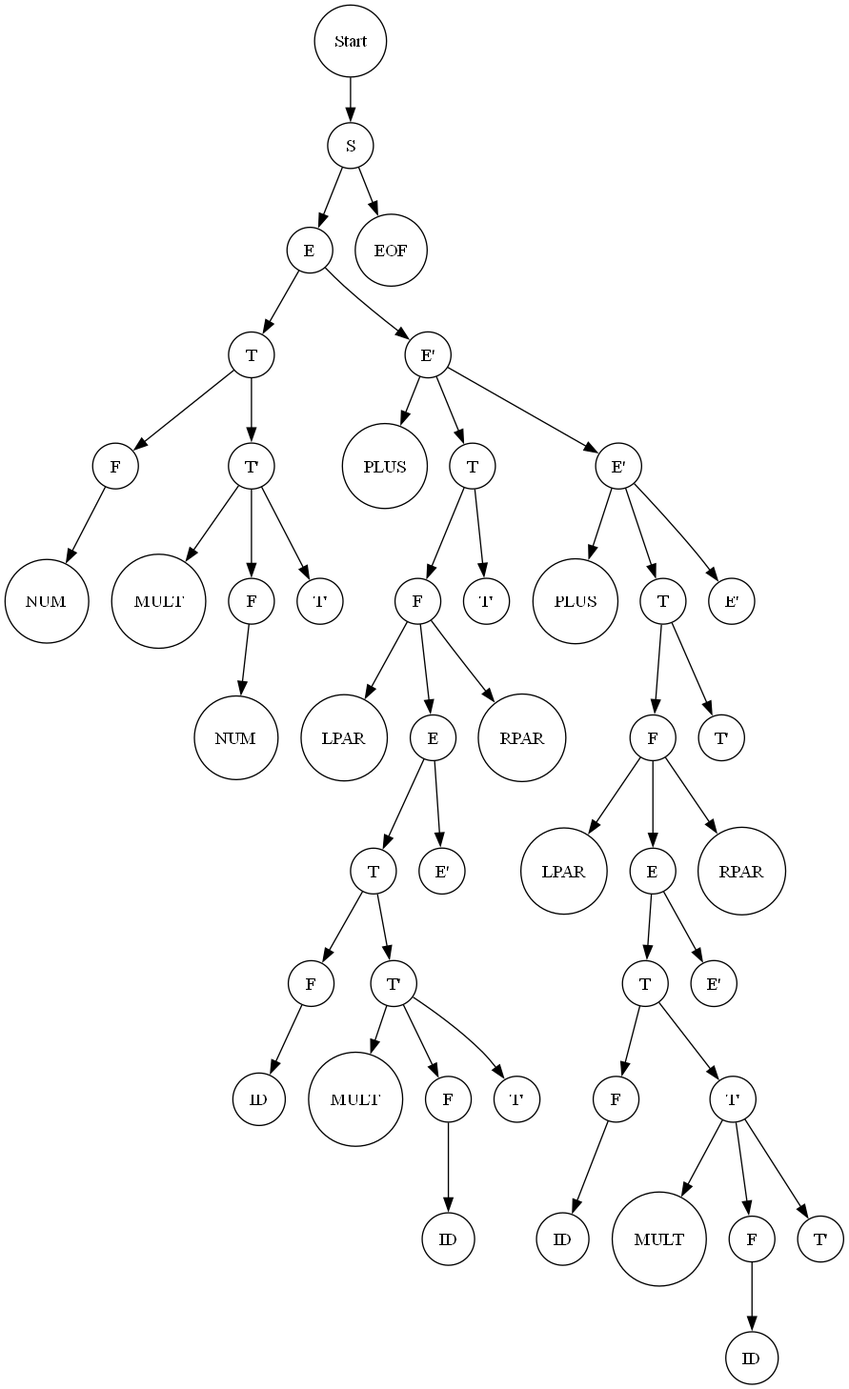
The Graphviz diagram tree.png in GH120/JS-Compiler, before a commit. Its source is kept beside it as tree.dot. The source it was exported from:
```dot
digraph G {
            rankdir=TB; // Tree-like top-bottom orientation
            node [shape=circle];
              node0 [label="Start"];
  node0_0 [label="S"];
  node0 -> node0_0;
  node0_0_0 [label="E"];
  node0_0 -> node0_0_0;
  node0_0_0_0 [label="T"];
  node0_0_0 -> node0_0_0_0;
  node0_0_0_0_0 [label="F"];
  node0_0_0_0 -> node0_0_0_0_0;
  node0_0_0_0_0_0 [label="NUM"];
  node0_0_0_0_0 -> node0_0_0_0_0_0;
  node0_0_0_0_1 [label="T'"];
  node0_0_0_0 -> node0_0_0_0_1;
  node0_0_0_0_1_0 [label="MULT"];
  node0_0_0_0_1 -> node0_0_0_0_1_0;
  node0_0_0_0_1_1 [label="F"];
  node0_0_0_0_1 -> node0_0_0_0_1_1;
  node0_0_0_0_1_1_0 [label="NUM"];
  node0_0_0_0_1_1 -> node0_0_0_0_1_1_0;
  node0_0_0_0_1_2 [label="T'"];
  node0_0_0_0_1 -> node0_0_0_0_1_2;
  node0_0_0_1 [label="E'"];
  node0_0_0 -> node0_0_0_1;
  node0_0_0_1_0 [label="PLUS"];
  node0_0_0_1 -> node0_0_0_1_0;
  node0_0_0_1_1 [label="T"];
  node0_0_0_1 -> node0_0_0_1_1;
  node0_0_0_1_1_0 [label="F"];
  node0_0_0_1_1 -> node0_0_0_1_1_0;
  node0_0_0_1_1_0_0 [label="LPAR"];
  node0_0_0_1_1_0 -> node0_0_0_1_1_0_0;
  node0_0_0_1_1_0_1 [label="E"];
  node0_0_0_1_1_0 -> node0_0_0_1_1_0_1;
  node0_0_0_1_1_0_1_0 [label="T"];
  node0_0_0_1_1_0_1 -> node0_0_0_1_1_0_1_0;
  node0_0_0_1_1_0_1_0_0 [label="F"];
  node0_0_0_1_1_0_1_0 -> node0_0_0_1_1_0_1_0_0;
  node0_0_0_1_1_0_1_0_0_0 [label="ID"];
  node0_0_0_1_1_0_1_0_0 -> node0_0_0_1_1_0_1_0_0_0;
  node0_0_0_1_1_0_1_0_1 [label="T'"];
  node0_0_0_1_1_0_1_0 -> node0_0_0_1_1_0_1_0_1;
  node0_0_0_1_1_0_1_0_1_0 [label="MULT"];
  node0_0_0_1_1_0_1_0_1 -> node0_0_0_1_1_0_1_0_1_0;
  node0_0_0_1_1_0_1_0_1_1 [label="F"];
  node0_0_0_1_1_0_1_0_1 -> node0_0_0_1_1_0_1_0_1_1;
  node0_0_0_1_1_0_1_0_1_1_0 [label="ID"];
  node0_0_0_1_1_0_1_0_1_1 -> node0_0_0_1_1_0_1_0_1_1_0;
  node0_0_0_1_1_0_1_0_1_2 [label="T'"];
  node0_0_0_1_1_0_1_0_1 -> node0_0_0_1_1_0_1_0_1_2;
  node0_0_0_1_1_0_1_1 [label="E'"];
  node0_0_0_1_1_0_1 -> node0_0_0_1_1_0_1_1;
  node0_0_0_1_1_0_2 [label="RPAR"];
  node0_0_0_1_1_0 -> node0_0_0_1_1_0_2;
  node0_0_0_1_1_1 [label="T'"];
  node0_0_0_1_1 -> node0_0_0_1_1_1;
  node0_0_0_1_2 [label="E'"];
  node0_0_0_1 -> node0_0_0_1_2;
  node0_0_0_1_2_0 [label="PLUS"];
  node0_0_0_1_2 -> node0_0_0_1_2_0;
  node0_0_0_1_2_1 [label="T"];
  node0_0_0_1_2 -> node0_0_0_1_2_1;
  node0_0_0_1_2_1_0 [label="F"];
  node0_0_0_1_2_1 -> node0_0_0_1_2_1_0;
  node0_0_0_1_2_1_0_0 [label="LPAR"];
  node0_0_0_1_2_1_0 -> node0_0_0_1_2_1_0_0;
  node0_0_0_1_2_1_0_1 [label="E"];
  node0_0_0_1_2_1_0 -> node0_0_0_1_2_1_0_1;
  node0_0_0_1_2_1_0_1_0 [label="T"];
  node0_0_0_1_2_1_0_1 -> node0_0_0_1_2_1_0_1_0;
  node0_0_0_1_2_1_0_1_0_0 [label="F"];
  node0_0_0_1_2_1_0_1_0 -> node0_0_0_1_2_1_0_1_0_0;
  node0_0_0_1_2_1_0_1_0_0_0 [label="ID"];
  node0_0_0_1_2_1_0_1_0_0 -> node0_0_0_1_2_1_0_1_0_0_0;
  node0_0_0_1_2_1_0_1_0_1 [label="T'"];
  node0_0_0_1_2_1_0_1_0 -> node0_0_0_1_2_1_0_1_0_1;
  node0_0_0_1_2_1_0_1_0_1_0 [label="MULT"];
  node0_0_0_1_2_1_0_1_0_1 -> node0_0_0_1_2_1_0_1_0_1_0;
  node0_0_0_1_2_1_0_1_0_1_1 [label="F"];
  node0_0_0_1_2_1_0_1_0_1 -> node0_0_0_1_2_1_0_1_0_1_1;
  node0_0_0_1_2_1_0_1_0_1_1_0 [label="ID"];
  node0_0_0_1_2_1_0_1_0_1_1 -> node0_0_0_1_2_1_0_1_0_1_1_0;
  node0_0_0_1_2_1_0_1_0_1_2 [label="T'"];
  node0_0_0_1_2_1_0_1_0_1 -> node0_0_0_1_2_1_0_1_0_1_2;
  node0_0_0_1_2_1_0_1_1 [label="E'"];
  node0_0_0_1_2_1_0_1 -> node0_0_0_1_2_1_0_1_1;
  node0_0_0_1_2_1_0_2 [label="RPAR"];
  node0_0_0_1_2_1_0 -> node0_0_0_1_2_1_0_2;
  node0_0_0_1_2_1_1 [label="T'"];
  node0_0_0_1_2_1 -> node0_0_0_1_2_1_1;
  node0_0_0_1_2_2 [label="E'"];
  node0_0_0_1_2 -> node0_0_0_1_2_2;
  node0_0_1 [label="EOF"];
  node0_0 -> node0_0_1;
        }
```
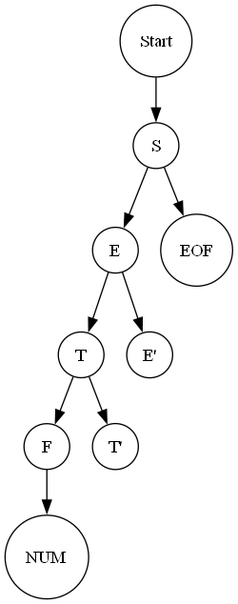
After the change.

Diff of the diagram source:
```diff
@@ -14,84 +14,8 @@
   node0_0_0_0_0 -> node0_0_0_0_0_0;
   node0_0_0_0_1 [label="T'"];
   node0_0_0_0 -> node0_0_0_0_1;
-  node0_0_0_0_1_0 [label="MULT"];
-  node0_0_0_0_1 -> node0_0_0_0_1_0;
-  node0_0_0_0_1_1 [label="F"];
-  node0_0_0_0_1 -> node0_0_0_0_1_1;
-  node0_0_0_0_1_1_0 [label="NUM"];
-  node0_0_0_0_1_1 -> node0_0_0_0_1_1_0;
-  node0_0_0_0_1_2 [label="T'"];
-  node0_0_0_0_1 -> node0_0_0_0_1_2;
   node0_0_0_1 [label="E'"];
   node0_0_0 -> node0_0_0_1;
-  node0_0_0_1_0 [label="PLUS"];
-  node0_0_0_1 -> node0_0_0_1_0;
-  node0_0_0_1_1 [label="T"];
-  node0_0_0_1 -> node0_0_0_1_1;
-  node0_0_0_1_1_0 [label="F"];
-  node0_0_0_1_1 -> node0_0_0_1_1_0;
-  node0_0_0_1_1_0_0 [label="LPAR"];
-  node0_0_0_1_1_0 -> node0_0_0_1_1_0_0;
-  node0_0_0_1_1_0_1 [label="E"];
-  node0_0_0_1_1_0 -> node0_0_0_1_1_0_1;
-  node0_0_0_1_1_0_1_0 [label="T"];
-  node0_0_0_1_1_0_1 -> node0_0_0_1_1_0_1_0;
-  node0_0_0_1_1_0_1_0_0 [label="F"];
-  node0_0_0_1_1_0_1_0 -> node0_0_0_1_1_0_1_0_0;
-  node0_0_0_1_1_0_1_0_0_0 [label="ID"];
-  node0_0_0_1_1_0_1_0_0 -> node0_0_0_1_1_0_1_0_0_0;
-  node0_0_0_1_1_0_1_0_1 [label="T'"];
-  node0_0_0_1_1_0_1_0 -> node0_0_0_1_1_0_1_0_1;
-  node0_0_0_1_1_0_1_0_1_0 [label="MULT"];
-  node0_0_0_1_1_0_1_0_1 -> node0_0_0_1_1_0_1_0_1_0;
-  node0_0_0_1_1_0_1_0_1_1 [label="F"];
-  node0_0_0_1_1_0_1_0_1 -> node0_0_0_1_1_0_1_0_1_1;
-  node0_0_0_1_1_0_1_0_1_1_0 [label="ID"];
-  node0_0_0_1_1_0_1_0_1_1 -> node0_0_0_1_1_0_1_0_1_1_0;
-  node0_0_0_1_1_0_1_0_1_2 [label="T'"];
-  node0_0_0_1_1_0_1_0_1 -> node0_0_0_1_1_0_1_0_1_2;
-  node0_0_0_1_1_0_1_1 [label="E'"];
-  node0_0_0_1_1_0_1 -> node0_0_0_1_1_0_1_1;
-  node0_0_0_1_1_0_2 [label="RPAR"];
-  node0_0_0_1_1_0 -> node0_0_0_1_1_0_2;
-  node0_0_0_1_1_1 [label="T'"];
-  node0_0_0_1_1 -> node0_0_0_1_1_1;
-  node0_0_0_1_2 [label="E'"];
-  node0_0_0_1 -> node0_0_0_1_2;
-  node0_0_0_1_2_0 [label="PLUS"];
-  node0_0_0_1_2 -> node0_0_0_1_2_0;
-  node0_0_0_1_2_1 [label="T"];
-  node0_0_0_1_2 -> node0_0_0_1_2_1;
-  node0_0_0_1_2_1_0 [label="F"];
-  node0_0_0_1_2_1 -> node0_0_0_1_2_1_0;
-  node0_0_0_1_2_1_0_0 [label="LPAR"];
-  node0_0_0_1_2_1_0 -> node0_0_0_1_2_1_0_0;
-  node0_0_0_1_2_1_0_1 [label="E"];
-  node0_0_0_1_2_1_0 -> node0_0_0_1_2_1_0_1;
-  node0_0_0_1_2_1_0_1_0 [label="T"];
-  node0_0_0_1_2_1_0_1 -> node0_0_0_1_2_1_0_1_0;
-  node0_0_0_1_2_1_0_1_0_0 [label="F"];
-  node0_0_0_1_2_1_0_1_0 -> node0_0_0_1_2_1_0_1_0_0;
-  node0_0_0_1_2_1_0_1_0_0_0 [label="ID"];
-  node0_0_0_1_2_1_0_1_0_0 -> node0_0_0_1_2_1_0_1_0_0_0;
-  node0_0_0_1_2_1_0_1_0_1 [label="T'"];
-  node0_0_0_1_2_1_0_1_0 -> node0_0_0_1_2_1_0_1_0_1;
-  node0_0_0_1_2_1_0_1_0_1_0 [label="MULT"];
-  node0_0_0_1_2_1_0_1_0_1 -> node0_0_0_1_2_1_0_1_0_1_0;
-  node0_0_0_1_2_1_0_1_0_1_1 [label="F"];
-  node0_0_0_1_2_1_0_1_0_1 -> node0_0_0_1_2_1_0_1_0_1_1;
-  node0_0_0_1_2_1_0_1_0_1_1_0 [label="ID"];
-  node0_0_0_1_2_1_0_1_0_1_1 -> node0_0_0_1_2_1_0_1_0_1_1_0;
-  node0_0_0_1_2_1_0_1_0_1_2 [label="T'"];
-  node0_0_0_1_2_1_0_1_0_1 -> node0_0_0_1_2_1_0_1_0_1_2;
-  node0_0_0_1_2_1_0_1_1 [label="E'"];
-  node0_0_0_1_2_1_0_1 -> node0_0_0_1_2_1_0_1_1;
-  node0_0_0_1_2_1_0_2 [label="RPAR"];
-  node0_0_0_1_2_1_0 -> node0_0_0_1_2_1_0_2;
-  node0_0_0_1_2_1_1 [label="T'"];
-  node0_0_0_1_2_1 -> node0_0_0_1_2_1_1;
-  node0_0_0_1_2_2 [label="E'"];
-  node0_0_0_1_2 -> node0_0_0_1_2_2;
   node0_0_1 [label="EOF"];
   node0_0 -> node0_0_1;
         }
```
